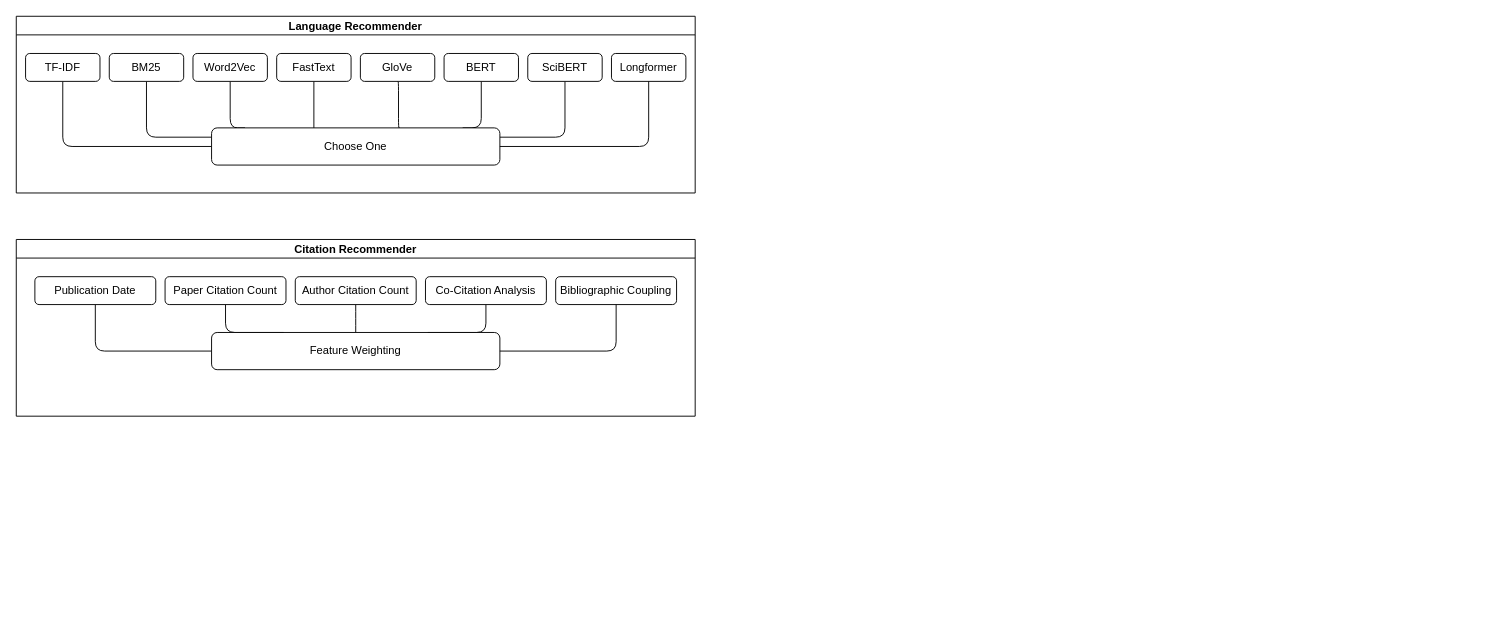
Above: static/hybrid-architecture.drawio in joel-beck/readnext (draw.io), before the change. Source tidied: cells renumbered, new cells numbered last; positions are measured from the earlier drawing's top-left corner, leaving out a move shared by most shapes. Both pictures are drawn from the tidied source at 93%, with x=0, y=0 at pixel (16, 16).
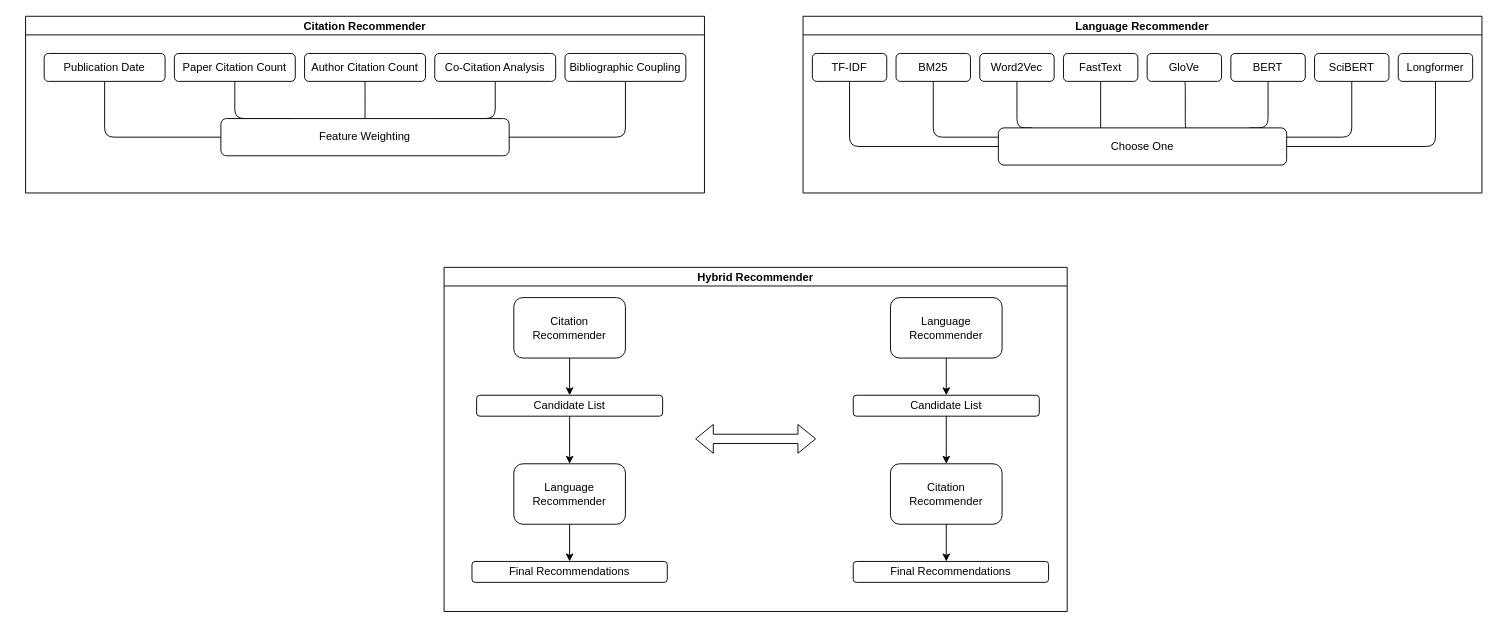
The same page after the edit.

Commit message:
added hybrid recommender to diagram

What changed in the source:
```diff
@@
     <mxCell id="2" value="Language Recommender" style="swimlane;startSize=20;horizontal=1;containerType=tree;newEdgeStyle={&quot;edgeStyle&quot;:&quot;elbowEdgeStyle&quot;,&quot;startArrow&quot;:&quot;none&quot;,&quot;endArrow&quot;:&quot;none&quot;};" parent="1" vertex="1">
-      <mxGeometry width="730" height="190" as="geometry" />
+      <mxGeometry x="846" width="730" height="190" as="geometry" />
     </mxCell>
@@
     <mxCell id="20" value="Citation Recommender" style="swimlane;startSize=20;horizontal=1;containerType=tree;newEdgeStyle={&quot;edgeStyle&quot;:&quot;elbowEdgeStyle&quot;,&quot;startArrow&quot;:&quot;none&quot;,&quot;endArrow&quot;:&quot;none&quot;};" parent="1" vertex="1">
-      <mxGeometry y="240" width="730" height="190" as="geometry" />
+      <mxGeometry x="10" width="730" height="190" as="geometry" />
     </mxCell>
@@
     <mxCell id="30" value="Feature Weighting" style="rounded=1;whiteSpace=wrap;html=1;" parent="20" vertex="1">
-      <mxGeometry x="210" y="100" width="310" height="40" as="geometry" />
+      <mxGeometry x="210" y="110" width="310" height="40" as="geometry" />
     </mxCell>
@@
+    <mxCell id="32" value="Hybrid Recommender" style="swimlane;startSize=20;horizontal=1;containerType=tree;newEdgeStyle={&quot;edgeStyle&quot;:&quot;elbowEdgeStyle&quot;,&quot;startArrow&quot;:&quot;none&quot;,&quot;endArrow&quot;:&quot;none&quot;};" parent="1" vertex="1">
+      <mxGeometry x="460" y="270" width="670" height="370" as="geometry" />
+    </mxCell>
+    <mxCell id="33" value="Citation Recommender" style="rounded=1;whiteSpace=wrap;html=1;" parent="32" vertex="1">
+      <mxGeometry x="75" y="32.5" width="120" height="65" as="geometry" />
+    </mxCell>
+    <mxCell id="34" style="edgeStyle=none;html=1;" parent="32" edge="1" source="33" target="35">
+      <mxGeometry relative="1" as="geometry" />
+    </mxCell>
+    <mxCell id="35" value="Candidate List" style="rounded=1;whiteSpace=wrap;html=1;" parent="32" vertex="1">
+      <mxGeometry x="35" y="137.5" width="200" height="22.5" as="geometry" />
+    </mxCell>
+    <mxCell id="36" style="edgeStyle=none;html=1;" parent="32" edge="1" source="35" target="37">
+      <mxGeometry relative="1" as="geometry" />
+    </mxCell>
+    <mxCell id="37" value="Language Recommender" style="rounded=1;whiteSpace=wrap;html=1;" parent="32" vertex="1">
+      <mxGeometry x="75" y="211.2" width="120" height="65" as="geometry" />
+    </mxCell>
+    <mxCell id="38" style="edgeStyle=none;html=1;" parent="32" edge="1" source="37" target="39">
+      <mxGeometry relative="1" as="geometry" />
+    </mxCell>
+    <mxCell id="39" value="Final Recommendations" style="rounded=1;whiteSpace=wrap;html=1;" parent="32" vertex="1">
+      <mxGeometry x="30" y="316.2" width="210" height="22.5" as="geometry" />
+    </mxCell>
+    <mxCell id="40" style="edgeStyle=none;html=1;" parent="32" edge="1" target="41">
+      <mxGeometry relative="1" as="geometry">
+        <mxPoint x="540" y="97.5" as="sourcePoint" />
+      </mxGeometry>
+    </mxCell>
+    <mxCell id="41" value="Candidate List" style="rounded=1;whiteSpace=wrap;html=1;" parent="32" vertex="1">
+      <mxGeometry x="440" y="137.5" width="200" height="22.5" as="geometry" />
+    </mxCell>
+    <mxCell id="42" style="edgeStyle=none;html=1;" parent="32" edge="1" source="41" target="43">
+      <mxGeometry relative="1" as="geometry" />
+    </mxCell>
+    <mxCell id="43" value="Citation Recommender" style="rounded=1;whiteSpace=wrap;html=1;" parent="32" vertex="1">
+      <mxGeometry x="480" y="211.2" width="120" height="65" as="geometry" />
+    </mxCell>
+    <mxCell id="44" style="edgeStyle=none;html=1;" parent="32" edge="1" source="43">
+      <mxGeometry relative="1" as="geometry">
+        <mxPoint x="540" y="316.2" as="targetPoint" />
+      </mxGeometry>
+    </mxCell>
+    <mxCell id="45" value="Final Recommendations" style="rounded=1;whiteSpace=wrap;html=1;" parent="32" vertex="1">
+      <mxGeometry x="440" y="316.2" width="210" height="22.5" as="geometry" />
+    </mxCell>
+    <mxCell id="46" value="Language Recommender" style="rounded=1;whiteSpace=wrap;html=1;" parent="32" vertex="1">
+      <mxGeometry x="480" y="32.5" width="120" height="65" as="geometry" />
+    </mxCell>
+    <mxCell id="47" style="shape=flexArrow;endArrow=classic;startArrow=classic;html=1;" parent="32" edge="1">
+      <mxGeometry relative="1" as="geometry">
+        <mxPoint x="270" y="184.4" as="sourcePoint" />
+        <mxPoint x="400" y="184.4" as="targetPoint" />
+      </mxGeometry>
+    </mxCell>
```
